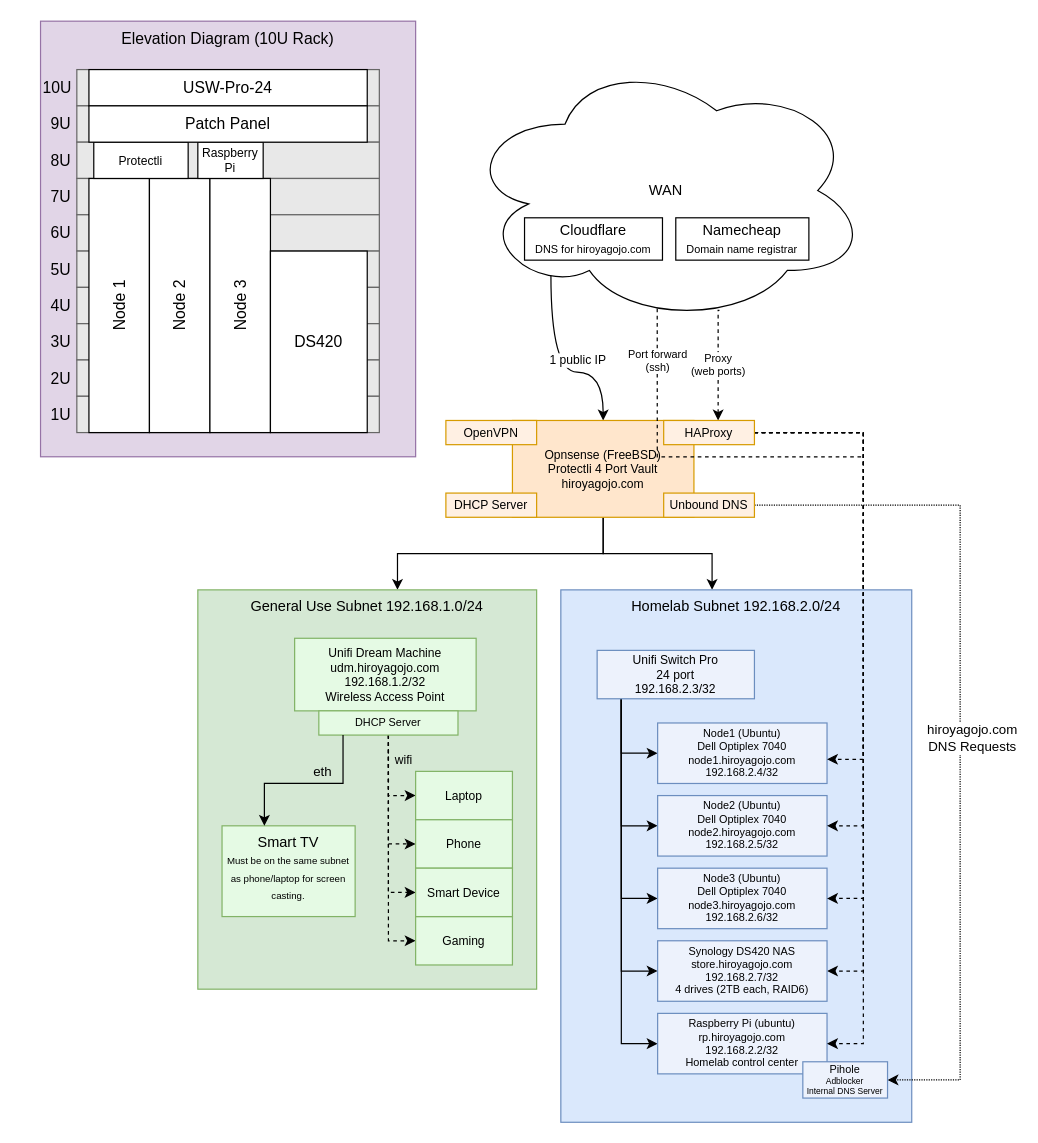
The draw.io diagram homelab.drawio in HiDoYa/homelab, before the edit. Source tidied: cells renumbered, new cells numbered last; positions are measured from the earlier drawing's top-left corner, leaving out a move shared by most shapes. Both pictures are drawn from the tidied source at 121%, with x=0, y=0 at pixel (21, 21).
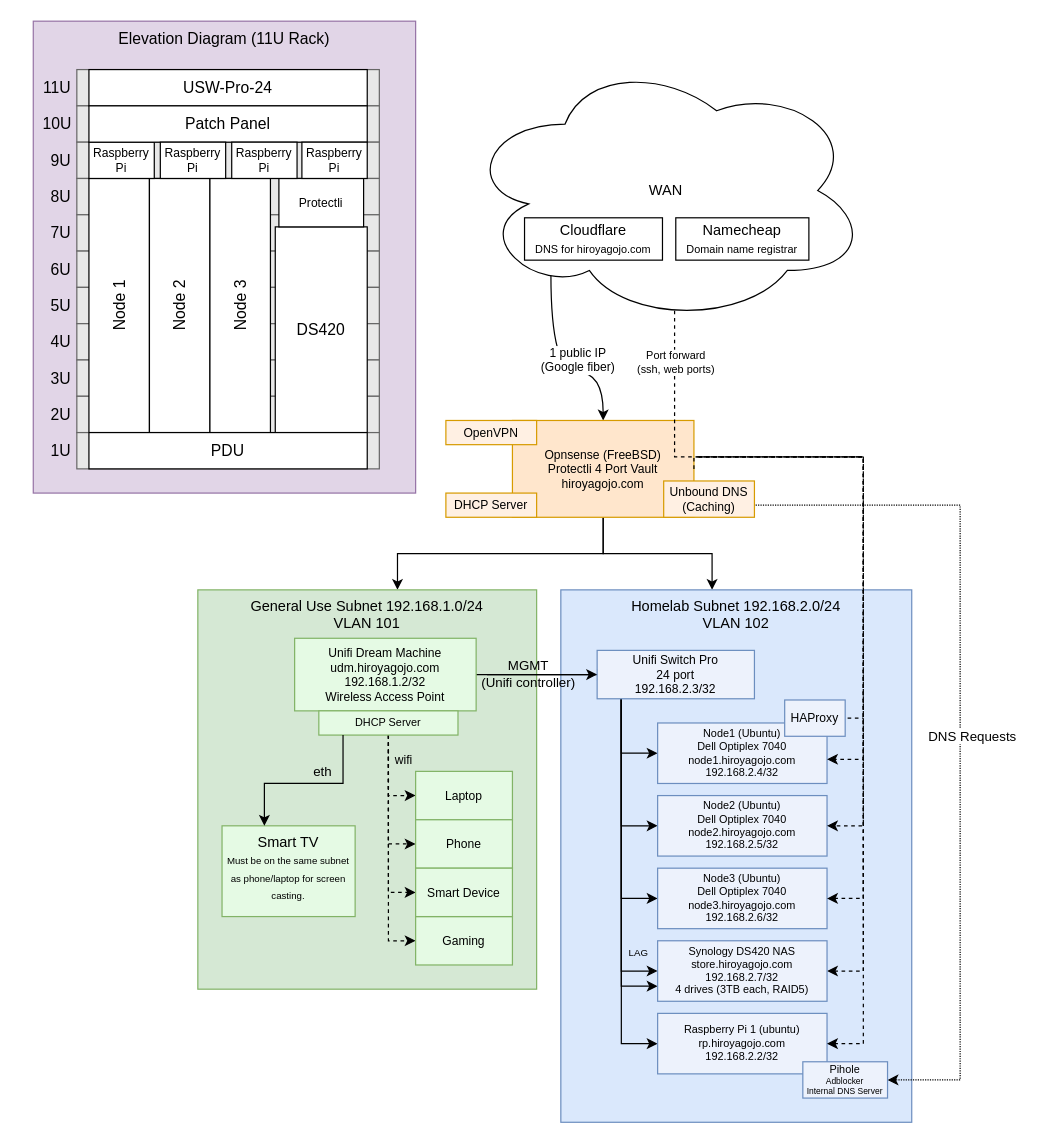
The same page after the edit.

Unchanged cells that the change refers to:
```xml
<mxCell id="21" value="Opnsense (FreeBSD)&lt;br style=&quot;font-size: 10px;&quot;&gt;Protectli 4 Port Vault&lt;br style=&quot;font-size: 10px;&quot;&gt;hiroyagojo.com" style="rounded=0;whiteSpace=wrap;html=1;fillColor=#ffe6cc;strokeColor=#d79b00;fontSize=10;" parent="1" vertex="1">
  <mxGeometry x="406" y="330" width="150" height="80" as="geometry" />
</mxCell>
<mxCell id="22" value="Unifi Dream Machine&lt;br style=&quot;font-size: 10px;&quot;&gt;udm.hiroyagojo.com&lt;br&gt;192.168.1.2/32&lt;br style=&quot;font-size: 10px;&quot;&gt;Wireless Access Point" style="rounded=0;whiteSpace=wrap;html=1;fontSize=10;fillColor=#E5FAE4;strokeColor=#82B366;" parent="1" vertex="1">
  <mxGeometry x="226" y="510" width="150" height="60" as="geometry" />
</mxCell>
<mxCell id="28" value="Unifi Switch Pro&lt;br style=&quot;font-size: 10px;&quot;&gt;24 port&lt;br style=&quot;font-size: 10px;&quot;&gt;192.168.2.3/32" style="rounded=0;whiteSpace=wrap;html=1;fontSize=10;fillColor=#EDF2FC;strokeColor=#6c8ebf;" parent="1" vertex="1">
  <mxGeometry x="476" y="520" width="130" height="40" as="geometry" />
</mxCell>
<mxCell id="31" value="WAN" style="ellipse;shape=cloud;whiteSpace=wrap;html=1;verticalAlign=middle;" parent="1" vertex="1">
  <mxGeometry x="366" y="30" width="334" height="220" as="geometry" />
</mxCell>
<mxCell id="33" value="Node1 (Ubuntu)&lt;br&gt;Dell Optiplex 7040&lt;br style=&quot;font-size: 9px;&quot;&gt;node1.hiroyagojo.com&lt;br&gt;192.168.2.4/32" style="rounded=0;whiteSpace=wrap;html=1;fontSize=9;fillColor=#EDF2FC;strokeColor=#6c8ebf;" parent="1" vertex="1">
  <mxGeometry x="526" y="580" width="140" height="50" as="geometry" />
</mxCell>
<mxCell id="34" value="Node2 (Ubuntu)&lt;br&gt;Dell Optiplex 7040&lt;br&gt;node2.hiroyagojo.com&lt;br&gt;192.168.2.5/32" style="rounded=0;whiteSpace=wrap;html=1;fontSize=9;fillColor=#EDF2FC;strokeColor=#6c8ebf;" parent="1" vertex="1">
  <mxGeometry x="526" y="640" width="140" height="50" as="geometry" />
</mxCell>
<mxCell id="35" value="Node3 (Ubuntu)&lt;br&gt;Dell Optiplex 7040&lt;br&gt;node3.hiroyagojo.com&lt;br&gt;192.168.2.6/32" style="rounded=0;whiteSpace=wrap;html=1;fontSize=9;fillColor=#EDF2FC;strokeColor=#6c8ebf;" parent="1" vertex="1">
  <mxGeometry x="526" y="700" width="140" height="50" as="geometry" />
</mxCell>
<mxCell id="57" value="&lt;font style=&quot;&quot;&gt;&lt;font style=&quot;font-size: 9px;&quot;&gt;Pihole&lt;/font&gt;&lt;br style=&quot;&quot;&gt;&lt;/font&gt;&lt;font style=&quot;font-size: 7px;&quot;&gt;Adblocker&lt;br style=&quot;&quot;&gt;Internal DNS Server&lt;/font&gt;" style="rounded=0;whiteSpace=wrap;html=1;fontSize=6;fillColor=#EDF2FC;strokeColor=#6c8ebf;" parent="1" vertex="1">
  <mxGeometry x="646" y="860" width="70" height="30" as="geometry" />
</mxCell>
```

Diff of the diagram source:
```diff
@@
-    <mxCell id="2" value="&lt;font style=&quot;font-size: 13px;&quot;&gt;Elevation Diagram (10U Rack)&lt;/font&gt;" style="rounded=0;whiteSpace=wrap;html=1;fontSize=8;fillColor=#e1d5e7;strokeColor=#9673a6;verticalAlign=top;" parent="1" vertex="1">
-      <mxGeometry x="16" width="310" height="360" as="geometry" />
+    <mxCell id="2" value="&lt;font style=&quot;font-size: 13px;&quot;&gt;Elevation Diagram (11U Rack)&lt;/font&gt;" style="rounded=0;whiteSpace=wrap;html=1;fontSize=8;fillColor=#e1d5e7;strokeColor=#9673a6;verticalAlign=top;" parent="1" vertex="1">
+      <mxGeometry x="10" width="316" height="390" as="geometry" />
     </mxCell>
@@
-    <mxCell id="14" value="Proxy &lt;br&gt;(web ports)" style="edgeStyle=orthogonalEdgeStyle;rounded=0;jettySize=auto;html=1;entryX=0.632;entryY=0.95;entryDx=0;entryDy=0;entryPerimeter=0;dashed=1;fontSize=9;endArrow=none;endFill=0;startArrow=classic;startFill=1;" parent="1" edge="1" source="42" target="31">
-      <mxGeometry relative="1" as="geometry">
-        <Array as="points">
-          <mxPoint x="576" y="239" />
-        </Array>
-      </mxGeometry>
-    </mxCell>
@@
-    <mxCell id="16" value="General Use Subnet 192.168.1.0/24" style="rounded=0;whiteSpace=wrap;html=1;verticalAlign=top;fillColor=#d5e8d4;strokeColor=#82b366;" parent="1" vertex="1">
+    <mxCell id="16" value="General Use Subnet 192.168.1.0/24&lt;br&gt;VLAN 101" style="rounded=0;whiteSpace=wrap;html=1;verticalAlign=top;fillColor=#d5e8d4;strokeColor=#82b366;" parent="1" vertex="1">
       <mxGeometry x="146" y="470" width="280" height="330" as="geometry" />
     </mxCell>
@@
-    <mxCell id="18" value="Homelab Subnet 192.168.2.0/24" style="rounded=0;whiteSpace=wrap;html=1;verticalAlign=top;fillColor=#dae8fc;strokeColor=#6c8ebf;" parent="1" vertex="1">
+    <mxCell id="18" value="Homelab Subnet 192.168.2.0/24&lt;br&gt;VLAN 102" style="rounded=0;whiteSpace=wrap;html=1;verticalAlign=top;fillColor=#dae8fc;strokeColor=#6c8ebf;" parent="1" vertex="1">
       <mxGeometry x="446" y="470" width="290" height="440" as="geometry" />
     </mxCell>
-    <mxCell id="19" value="hiroyagojo.com&lt;br&gt;DNS Requests" style="edgeStyle=orthogonalEdgeStyle;rounded=0;jettySize=auto;html=1;entryX=1;entryY=0.5;entryDx=0;entryDy=0;fontSize=11;exitX=1;exitY=0.5;exitDx=0;exitDy=0;dashed=1;dashPattern=1 1;" parent="1" edge="1" source="44" target="57">
+    <mxCell id="19" value="DNS Requests" style="edgeStyle=orthogonalEdgeStyle;rounded=0;jettySize=auto;html=1;entryX=1;entryY=0.5;entryDx=0;entryDy=0;fontSize=11;exitX=1;exitY=0.5;exitDx=0;exitDy=0;dashed=1;dashPattern=1 1;" parent="1" edge="1" source="44" target="57">
       <mxGeometry x="0.03" y="10" relative="1" as="geometry">
         <Array as="points">
           <mxPoint x="776" y="400" />
           <mxPoint x="776" y="875" />
         </Array>
       </mxGeometry>
     </mxCell>
-    <mxCell id="20" value="1 public IP" style="edgeStyle=orthogonalEdgeStyle;curved=1;jettySize=auto;html=1;entryX=0.215;entryY=0.818;entryDx=0;entryDy=0;entryPerimeter=0;fontSize=10;startArrow=classic;startFill=1;endArrow=none;endFill=0;" parent="1" edge="1" source="21" target="31">
+    <mxCell id="20" value="1 public IP&lt;br&gt;(Google fiber)" style="edgeStyle=orthogonalEdgeStyle;curved=1;jettySize=auto;html=1;entryX=0.215;entryY=0.818;entryDx=0;entryDy=0;entryPerimeter=0;fontSize=10;startArrow=classic;startFill=1;endArrow=none;endFill=0;" parent="1" edge="1" source="21" target="31">
       <mxGeometry x="-0.25" y="-10" relative="1" as="geometry" />
     </mxCell>
@@
+    <mxCell id="77" value="MGMT &lt;br&gt;(Unifi controller)" style="edgeStyle=orthogonalEdgeStyle;rounded=0;orthogonalLoop=1;jettySize=auto;html=1;entryX=0;entryY=0.5;entryDx=0;entryDy=0;labelBackgroundColor=none;" parent="1" edge="1">
+      <mxGeometry x="-0.32" relative="1" as="geometry">
+        <mxPoint x="385" y="540" as="sourcePoint" />
+        <mxPoint x="485" y="540" as="targetPoint" />
+      </mxGeometry>
+    </mxCell>
+    <mxCell id="78" style="edgeStyle=orthogonalEdgeStyle;rounded=0;jettySize=auto;html=1;labelBackgroundColor=none;" parent="1" edge="1" source="22" target="28">
+      <mxGeometry relative="1" as="geometry" />
+    </mxCell>
@@
-    <mxCell id="27" style="edgeStyle=orthogonalEdgeStyle;rounded=0;jettySize=auto;html=1;entryX=0;entryY=0.5;entryDx=0;entryDy=0;fontSize=8;startArrow=none;startFill=0;endArrow=classic;endFill=1;" parent="1" edge="1" source="28" target="46">
-      <mxGeometry relative="1" as="geometry">
+    <mxCell id="27" value="LAG" style="edgeStyle=orthogonalEdgeStyle;rounded=0;jettySize=auto;html=1;entryX=0;entryY=0.5;entryDx=0;entryDy=0;fontSize=8;startArrow=none;startFill=0;endArrow=classic;endFill=1;labelBackgroundColor=none;" parent="1" edge="1" source="28" target="46">
+      <mxGeometry x="0.65" y="14" relative="1" as="geometry">
         <Array as="points">
           <mxPoint x="496" y="785" />
         </Array>
       </mxGeometry>
     </mxCell>
+    <mxCell id="79" style="edgeStyle=orthogonalEdgeStyle;rounded=0;jettySize=auto;html=1;entryX=0;entryY=0.75;entryDx=0;entryDy=0;labelBackgroundColor=none;" parent="1" edge="1" target="46">
+      <mxGeometry relative="1" as="geometry">
+        <mxPoint x="496" y="560" as="sourcePoint" />
+        <Array as="points">
+          <mxPoint x="496" y="798" />
+        </Array>
+      </mxGeometry>
+    </mxCell>
@@
-    <mxCell id="29" style="edgeStyle=orthogonalEdgeStyle;rounded=0;jettySize=auto;html=1;dashed=1;fontSize=9;exitX=0.478;exitY=0.943;exitDx=0;exitDy=0;exitPerimeter=0;endArrow=none;endFill=0;" parent="1" edge="1" source="31">
+    <mxCell id="29" style="edgeStyle=orthogonalEdgeStyle;rounded=0;jettySize=auto;html=1;dashed=1;fontSize=9;exitX=0.521;exitY=0.951;exitDx=0;exitDy=0;exitPerimeter=0;endArrow=none;endFill=0;" parent="1" edge="1" source="31">
       <mxGeometry relative="1" as="geometry">
         <mxPoint x="696" y="360" as="targetPoint" />
         <Array as="points">
-          <mxPoint x="526" y="360" />
+          <mxPoint x="540" y="360" />
         </Array>
       </mxGeometry>
     </mxCell>
-    <mxCell id="30" value="Port forward&lt;br&gt;(ssh)" style="edgeLabel;html=1;align=center;verticalAlign=middle;fontSize=9;" parent="29" vertex="1">
+    <mxCell id="30" value="Port forward&lt;br&gt;(ssh, web ports)" style="edgeLabel;html=1;align=center;verticalAlign=middle;fontSize=9;" parent="29" vertex="1">
       <mxGeometry x="-0.83" relative="1" as="geometry">
         <mxPoint y="18" as="offset" />
       </mxGeometry>
     </mxCell>
@@
-    <mxCell id="36" value="Raspberry Pi (ubuntu)&lt;br&gt;rp.hiroyagojo.com&lt;br&gt;192.168.2.2/32&lt;br&gt;Homelab control center" style="rounded=0;whiteSpace=wrap;html=1;fontSize=9;fillColor=#EDF2FC;strokeColor=#6c8ebf;" parent="1" vertex="1">
+    <mxCell id="36" value="Raspberry Pi 1 (ubuntu)&lt;br&gt;rp.hiroyagojo.com&lt;br&gt;192.168.2.2/32" style="rounded=0;whiteSpace=wrap;html=1;fontSize=9;fillColor=#EDF2FC;strokeColor=#6c8ebf;" parent="1" vertex="1">
       <mxGeometry x="526" y="820" width="140" height="50" as="geometry" />
     </mxCell>
-    <mxCell id="37" style="edgeStyle=orthogonalEdgeStyle;rounded=0;jettySize=auto;html=1;dashed=1;fontSize=11;startArrow=none;startFill=0;endArrow=classic;endFill=1;entryX=1;entryY=0.5;entryDx=0;entryDy=0;" parent="1" edge="1" source="42" target="46">
+    <mxCell id="37" style="edgeStyle=orthogonalEdgeStyle;rounded=0;jettySize=auto;html=1;dashed=1;fontSize=11;startArrow=none;startFill=0;endArrow=classic;endFill=1;entryX=1;entryY=0.5;entryDx=0;entryDy=0;" parent="1" edge="1" target="46">
       <mxGeometry x="-0.26" y="5" relative="1" as="geometry">
+        <mxPoint x="560" y="360" as="sourcePoint" />
         <Array as="points">
-          <mxPoint x="696" y="340" />
+          <mxPoint x="696" y="360" />
           <mxPoint x="696" y="785" />
         </Array>
       </mxGeometry>
     </mxCell>
-    <mxCell id="38" style="edgeStyle=orthogonalEdgeStyle;rounded=0;jettySize=auto;html=1;entryX=1;entryY=0.5;entryDx=0;entryDy=0;fontSize=8;startArrow=none;startFill=0;endArrow=classic;endFill=1;dashed=1;" parent="1" edge="1" source="42" target="36">
+    <mxCell id="38" style="edgeStyle=orthogonalEdgeStyle;rounded=0;jettySize=auto;html=1;entryX=1;entryY=0.5;entryDx=0;entryDy=0;fontSize=8;startArrow=none;startFill=0;endArrow=classic;endFill=1;dashed=1;" parent="1" edge="1" target="36">
       <mxGeometry relative="1" as="geometry">
+        <mxPoint x="560" y="360" as="sourcePoint" />
         <Array as="points">
-          <mxPoint x="696" y="340" />
+          <mxPoint x="696" y="360" />
           <mxPoint x="696" y="845" />
         </Array>
       </mxGeometry>
     </mxCell>
-    <mxCell id="39" style="edgeStyle=orthogonalEdgeStyle;rounded=0;jettySize=auto;html=1;entryX=1;entryY=0.5;entryDx=0;entryDy=0;fontSize=8;startArrow=none;startFill=0;endArrow=classic;endFill=1;dashed=1;" parent="1" edge="1" source="42" target="35">
+    <mxCell id="39" style="edgeStyle=orthogonalEdgeStyle;rounded=0;jettySize=auto;html=1;entryX=1;entryY=0.5;entryDx=0;entryDy=0;fontSize=8;startArrow=none;startFill=0;endArrow=classic;endFill=1;dashed=1;" parent="1" edge="1" target="35">
       <mxGeometry relative="1" as="geometry">
+        <mxPoint x="560" y="360" as="sourcePoint" />
         <Array as="points">
-          <mxPoint x="696" y="340" />
+          <mxPoint x="696" y="360" />
           <mxPoint x="696" y="725" />
         </Array>
       </mxGeometry>
     </mxCell>
-    <mxCell id="40" style="edgeStyle=orthogonalEdgeStyle;rounded=0;jettySize=auto;html=1;entryX=1;entryY=0.5;entryDx=0;entryDy=0;fontSize=8;startArrow=none;startFill=0;endArrow=classic;endFill=1;dashed=1;" parent="1" edge="1" source="42" target="34">
+    <mxCell id="40" style="edgeStyle=orthogonalEdgeStyle;rounded=0;jettySize=auto;html=1;entryX=1;entryY=0.5;entryDx=0;entryDy=0;fontSize=8;startArrow=none;startFill=0;endArrow=classic;endFill=1;dashed=1;exitX=1;exitY=0.5;exitDx=0;exitDy=0;" parent="1" edge="1" source="21" target="34">
       <mxGeometry relative="1" as="geometry">
         <Array as="points">
-          <mxPoint x="696" y="340" />
+          <mxPoint x="556" y="360" />
+          <mxPoint x="696" y="360" />
           <mxPoint x="696" y="665" />
         </Array>
       </mxGeometry>
     </mxCell>
-    <mxCell id="41" style="edgeStyle=orthogonalEdgeStyle;rounded=0;jettySize=auto;html=1;entryX=1;entryY=0.6;entryDx=0;entryDy=0;entryPerimeter=0;fontSize=8;startArrow=none;startFill=0;endArrow=classic;endFill=1;dashed=1;" parent="1" edge="1" source="42" target="33">
+    <mxCell id="41" style="edgeStyle=orthogonalEdgeStyle;rounded=0;jettySize=auto;html=1;entryX=1;entryY=0.6;entryDx=0;entryDy=0;entryPerimeter=0;fontSize=8;startArrow=none;startFill=0;endArrow=classic;endFill=1;dashed=1;" parent="1" edge="1" target="33">
       <mxGeometry relative="1" as="geometry">
+        <mxPoint x="560" y="360" as="sourcePoint" />
         <Array as="points">
-          <mxPoint x="696" y="340" />
+          <mxPoint x="606" y="360" />
+          <mxPoint x="696" y="360" />
           <mxPoint x="696" y="610" />
         </Array>
       </mxGeometry>
     </mxCell>
-    <mxCell id="42" value="HAProxy" style="rounded=0;whiteSpace=wrap;html=1;fontSize=10;fillColor=#FFF0E3;strokeColor=#d79b00;" parent="1" vertex="1">
-      <mxGeometry x="531" y="330" width="75" height="20" as="geometry" />
-    </mxCell>
@@
-    <mxCell id="44" value="Unbound DNS" style="rounded=0;whiteSpace=wrap;html=1;fontSize=10;fillColor=#FFF0E3;strokeColor=#d79b00;" parent="1" vertex="1">
-      <mxGeometry x="531" y="390" width="75" height="20" as="geometry" />
+    <mxCell id="44" value="Unbound DNS&lt;br&gt;(Caching)" style="rounded=0;whiteSpace=wrap;html=1;fontSize=10;fillColor=#FFF0E3;strokeColor=#d79b00;" parent="1" vertex="1">
+      <mxGeometry x="531" y="380" width="75" height="30" as="geometry" />
     </mxCell>
@@
-    <mxCell id="46" value="Synology DS420 NAS&lt;br&gt;store.hiroyagojo.com&lt;br&gt;192.168.2.7/32&lt;br&gt;4 drives (2TB each, RAID6)" style="rounded=0;whiteSpace=wrap;html=1;fontSize=9;fillColor=#EDF2FC;strokeColor=#6c8ebf;" parent="1" vertex="1">
+    <mxCell id="46" value="Synology DS420 NAS&lt;br&gt;store.hiroyagojo.com&lt;br&gt;192.168.2.7/32&lt;br&gt;4 drives (3TB each, RAID5)" style="rounded=0;whiteSpace=wrap;html=1;fontSize=9;fillColor=#EDF2FC;strokeColor=#6c8ebf;" parent="1" vertex="1">
       <mxGeometry x="526" y="760" width="140" height="50" as="geometry" />
     </mxCell>
@@
     <mxCell id="61" value="DS420" style="rounded=0;whiteSpace=wrap;html=1;fontSize=13;direction=south;horizontal=1;" parent="1" vertex="1">
-      <mxGeometry x="206" y="190" width="80" height="150" as="geometry" />
+      <mxGeometry x="210" y="170" width="76" height="170" as="geometry" />
     </mxCell>
     <mxCell id="62" value="1U" style="text;html=1;strokeColor=none;fillColor=none;align=center;verticalAlign=middle;whiteSpace=wrap;rounded=0;fontSize=13;" parent="1" vertex="1">
-      <mxGeometry x="3" y="310" width="60" height="30" as="geometry" />
+      <mxGeometry x="3" y="340" width="60" height="30" as="geometry" />
     </mxCell>
     <mxCell id="63" value="3U" style="text;html=1;strokeColor=none;fillColor=none;align=center;verticalAlign=middle;whiteSpace=wrap;rounded=0;fontSize=13;" parent="1" vertex="1">
-      <mxGeometry x="3" y="250" width="60" height="30" as="geometry" />
+      <mxGeometry x="3" y="280" width="60" height="30" as="geometry" />
     </mxCell>
     <mxCell id="64" value="2U" style="text;html=1;strokeColor=none;fillColor=none;align=center;verticalAlign=middle;whiteSpace=wrap;rounded=0;fontSize=13;" parent="1" vertex="1">
-      <mxGeometry x="3" y="280" width="60" height="30" as="geometry" />
+      <mxGeometry x="3" y="310" width="60" height="30" as="geometry" />
     </mxCell>
     <mxCell id="65" value="4U" style="text;html=1;strokeColor=none;fillColor=none;align=center;verticalAlign=middle;whiteSpace=wrap;rounded=0;fontSize=13;" parent="1" vertex="1">
-      <mxGeometry x="3" y="220" width="60" height="30" as="geometry" />
+      <mxGeometry x="3" y="250" width="60" height="30" as="geometry" />
     </mxCell>
     <mxCell id="66" value="5U" style="text;html=1;strokeColor=none;fillColor=none;align=center;verticalAlign=middle;whiteSpace=wrap;rounded=0;fontSize=13;" parent="1" vertex="1">
-      <mxGeometry x="3" y="190" width="60" height="30" as="geometry" />
+      <mxGeometry x="3" y="220" width="60" height="30" as="geometry" />
     </mxCell>
     <mxCell id="67" value="6U" style="text;html=1;strokeColor=none;fillColor=none;align=center;verticalAlign=middle;whiteSpace=wrap;rounded=0;fontSize=13;" parent="1" vertex="1">
-      <mxGeometry x="3" y="160" width="60" height="30" as="geometry" />
+      <mxGeometry x="3" y="190" width="60" height="30" as="geometry" />
     </mxCell>
     <mxCell id="68" value="7U" style="text;html=1;strokeColor=none;fillColor=none;align=center;verticalAlign=middle;whiteSpace=wrap;rounded=0;fontSize=13;" parent="1" vertex="1">
-      <mxGeometry x="3" y="130" width="60" height="30" as="geometry" />
+      <mxGeometry x="3" y="160" width="60" height="30" as="geometry" />
     </mxCell>
     <mxCell id="69" value="8U" style="text;html=1;strokeColor=none;fillColor=none;align=center;verticalAlign=middle;whiteSpace=wrap;rounded=0;fontSize=13;" parent="1" vertex="1">
-      <mxGeometry x="3" y="100" width="60" height="30" as="geometry" />
+      <mxGeometry x="3" y="130" width="60" height="30" as="geometry" />
     </mxCell>
     <mxCell id="70" value="9U" style="text;html=1;strokeColor=none;fillColor=none;align=center;verticalAlign=middle;whiteSpace=wrap;rounded=0;fontSize=13;" parent="1" vertex="1">
-      <mxGeometry x="3" y="70" width="60" height="30" as="geometry" />
+      <mxGeometry x="3" y="100" width="60" height="30" as="geometry" />
     </mxCell>
     <mxCell id="71" value="10U" style="text;html=1;strokeColor=none;fillColor=none;align=center;verticalAlign=middle;whiteSpace=wrap;rounded=0;fontSize=13;" parent="1" vertex="1">
-      <mxGeometry y="40" width="60" height="30" as="geometry" />
+      <mxGeometry y="70" width="60" height="30" as="geometry" />
     </mxCell>
     <mxCell id="72" value="Raspberry Pi" style="rounded=0;whiteSpace=wrap;html=1;fontSize=10;direction=south;horizontal=1;" parent="1" vertex="1">
-      <mxGeometry x="146" y="100" width="54" height="30" as="geometry" />
+      <mxGeometry x="56" y="100" width="54" height="30" as="geometry" />
     </mxCell>
     <mxCell id="73" value="Protectli" style="rounded=0;whiteSpace=wrap;html=1;fontSize=10;direction=south;horizontal=1;" parent="1" vertex="1">
-      <mxGeometry x="60" y="100" width="78" height="30" as="geometry" />
+      <mxGeometry x="213" y="130" width="70" height="40" as="geometry" />
     </mxCell>
@@
+    <mxCell id="80" value="Raspberry Pi" style="rounded=0;whiteSpace=wrap;html=1;fontSize=10;direction=south;horizontal=1;" parent="1" vertex="1">
+      <mxGeometry x="115" y="100" width="54" height="30" as="geometry" />
+    </mxCell>
+    <mxCell id="81" value="Raspberry Pi" style="rounded=0;whiteSpace=wrap;html=1;fontSize=10;direction=south;horizontal=1;" parent="1" vertex="1">
+      <mxGeometry x="174" y="100" width="54" height="30" as="geometry" />
+    </mxCell>
+    <mxCell id="82" value="Raspberry Pi" style="rounded=0;whiteSpace=wrap;html=1;fontSize=10;direction=south;horizontal=1;" parent="1" vertex="1">
+      <mxGeometry x="232" y="100" width="54" height="30" as="geometry" />
+    </mxCell>
+    <mxCell id="83" style="rounded=0;whiteSpace=wrap;html=1;fontSize=13;fillColor=#E8E8E8;fontColor=#333333;strokeColor=#666666;" parent="1" vertex="1">
+      <mxGeometry x="46" y="340" width="250" height="30" as="geometry" />
+    </mxCell>
+    <mxCell id="84" value="11U" style="text;html=1;strokeColor=none;fillColor=none;align=center;verticalAlign=middle;whiteSpace=wrap;rounded=0;fontSize=13;" parent="1" vertex="1">
+      <mxGeometry y="40" width="60" height="30" as="geometry" />
+    </mxCell>
+    <mxCell id="85" value="PDU" style="rounded=0;whiteSpace=wrap;html=1;fontSize=13;" parent="1" vertex="1">
+      <mxGeometry x="56" y="340" width="230" height="30" as="geometry" />
+    </mxCell>
+    <mxCell id="86" style="edgeStyle=orthogonalEdgeStyle;rounded=0;orthogonalLoop=1;jettySize=auto;html=1;endArrow=none;endFill=0;dashed=1;" parent="1" edge="1">
+      <mxGeometry relative="1" as="geometry">
+        <mxPoint x="677" y="576" as="sourcePoint" />
+        <mxPoint x="696" y="576" as="targetPoint" />
+        <Array as="points">
+          <mxPoint x="686" y="576" />
+          <mxPoint x="686" y="576" />
+        </Array>
+      </mxGeometry>
+    </mxCell>
+    <mxCell id="42" value="&lt;font size=&quot;1&quot;&gt;HAProxy&lt;/font&gt;" style="rounded=0;whiteSpace=wrap;html=1;fontSize=6;fillColor=#EDF2FC;strokeColor=#6c8ebf;" parent="1" vertex="1">
+      <mxGeometry x="631" y="561" width="50" height="30" as="geometry" />
+    </mxCell>
```
